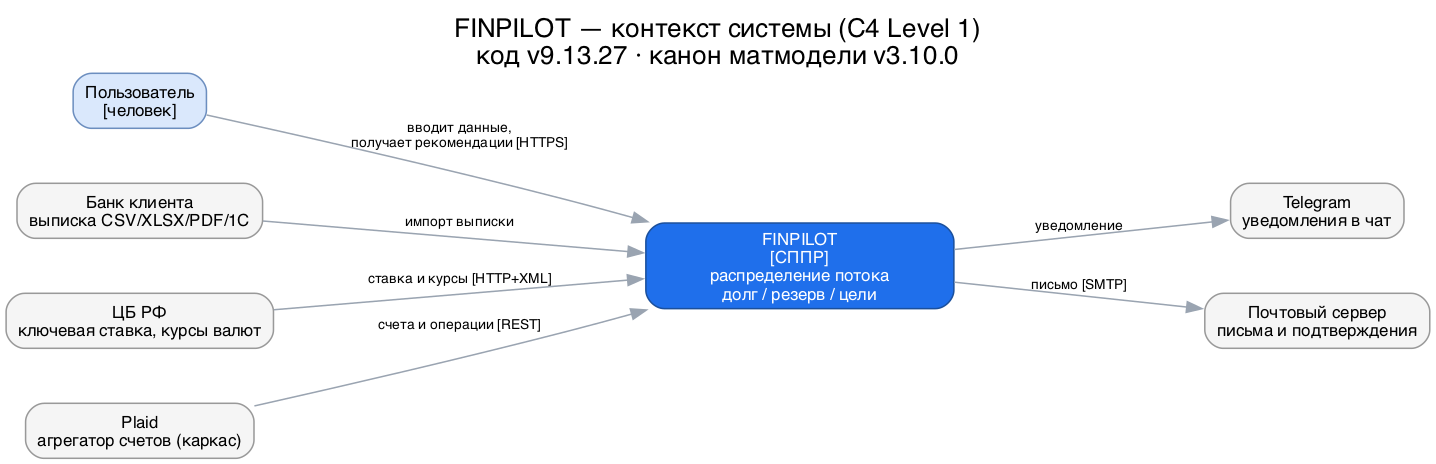
Above: docs/diagrams/04_c4_context.drawio.png in vevdokimovm/personal-finance-dss (Graphviz), before the change. Its source is kept beside it as docs/diagrams/src/04_c4_context.dot.
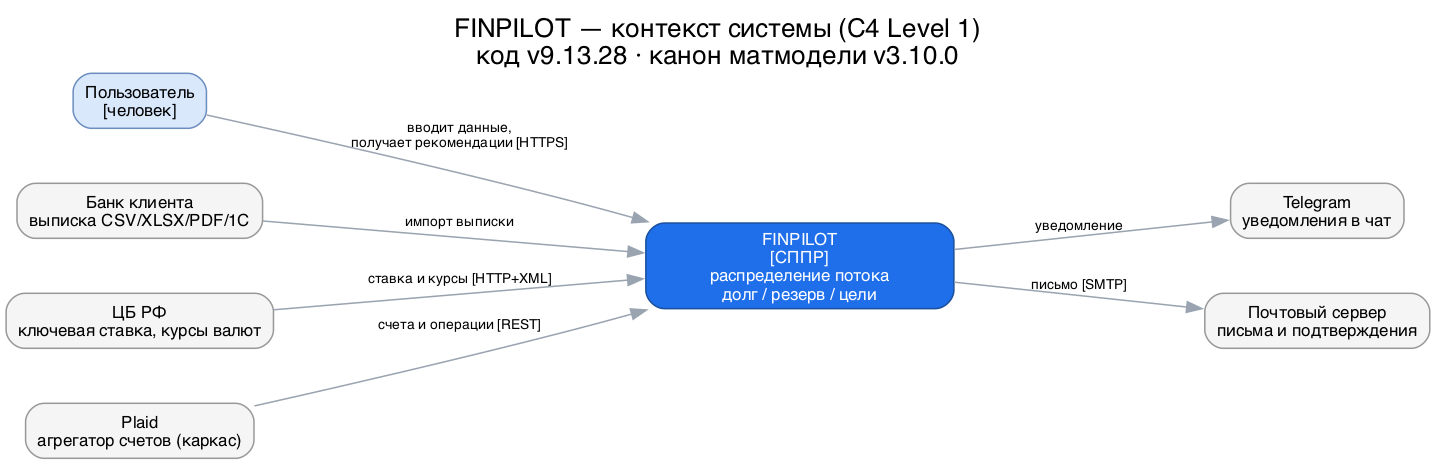
After the change.

Diff of the diagram source:
```diff
@@ -1,6 +1,6 @@
 digraph context {
   graph [rankdir=LR, fontname="Helvetica", labelloc=t, fontsize=17,
-         label="FINPILOT — контекст системы (C4 Level 1)\nкод v9.13.27 · канон матмодели v3.10.0",
+         label="FINPILOT — контекст системы (C4 Level 1)\nкод v9.13.28 · канон матмодели v3.10.0",
          nodesep=0.5, ranksep=1.4];
   node [fontname="Helvetica", fontsize=11, style="rounded,filled"];
   edge [color="#9aa4b1", fontname="Helvetica", fontsize=9];
```
